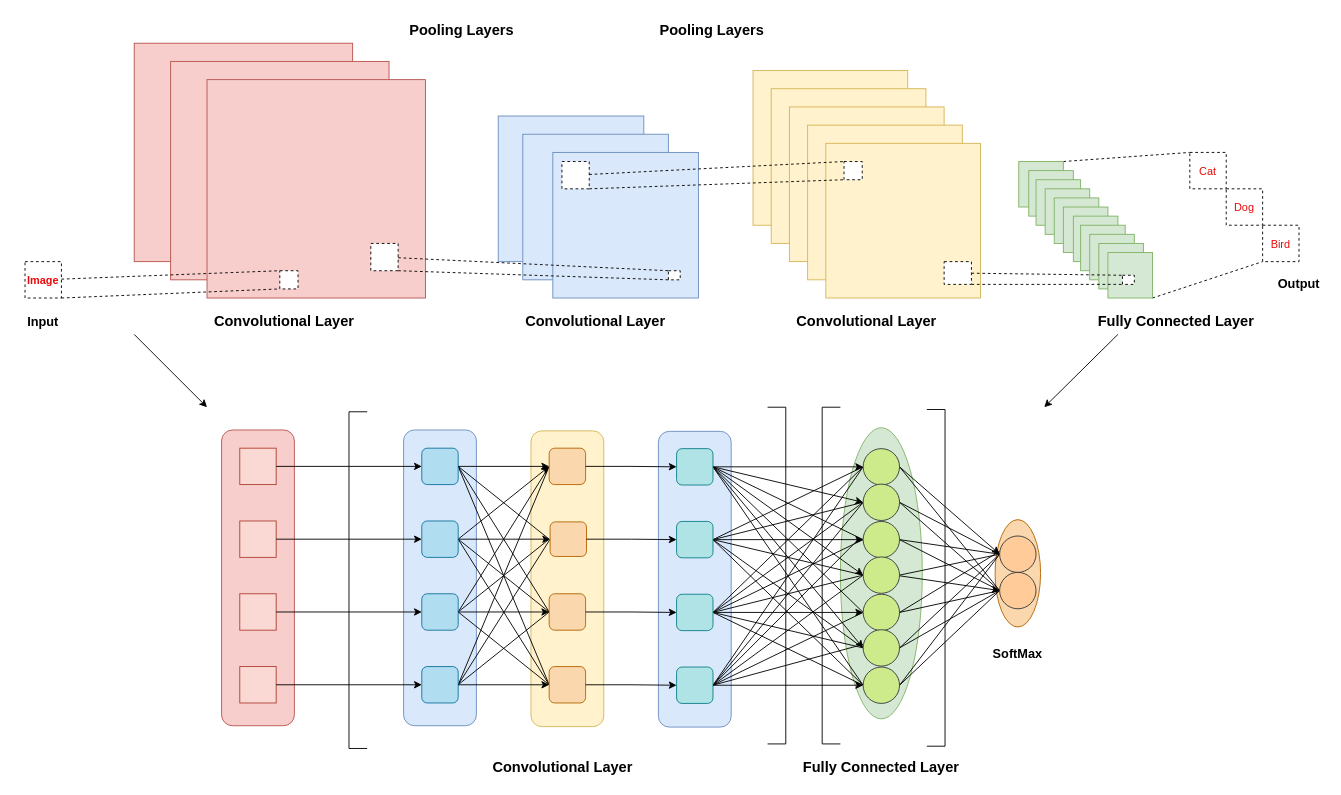
This is page "图2.3 卷积神经网络结构" (3 of 8) of 论文/第2章/第二章.drawio from ssl1995/draw, a draw.io file, before an edit. Source tidied: cells renumbered, new cells numbered last; positions are measured from the earlier drawing's top-left corner, leaving out a move shared by most shapes. Both pictures are drawn from the tidied source at 91%, with x=0, y=0 at pixel (15, 15).
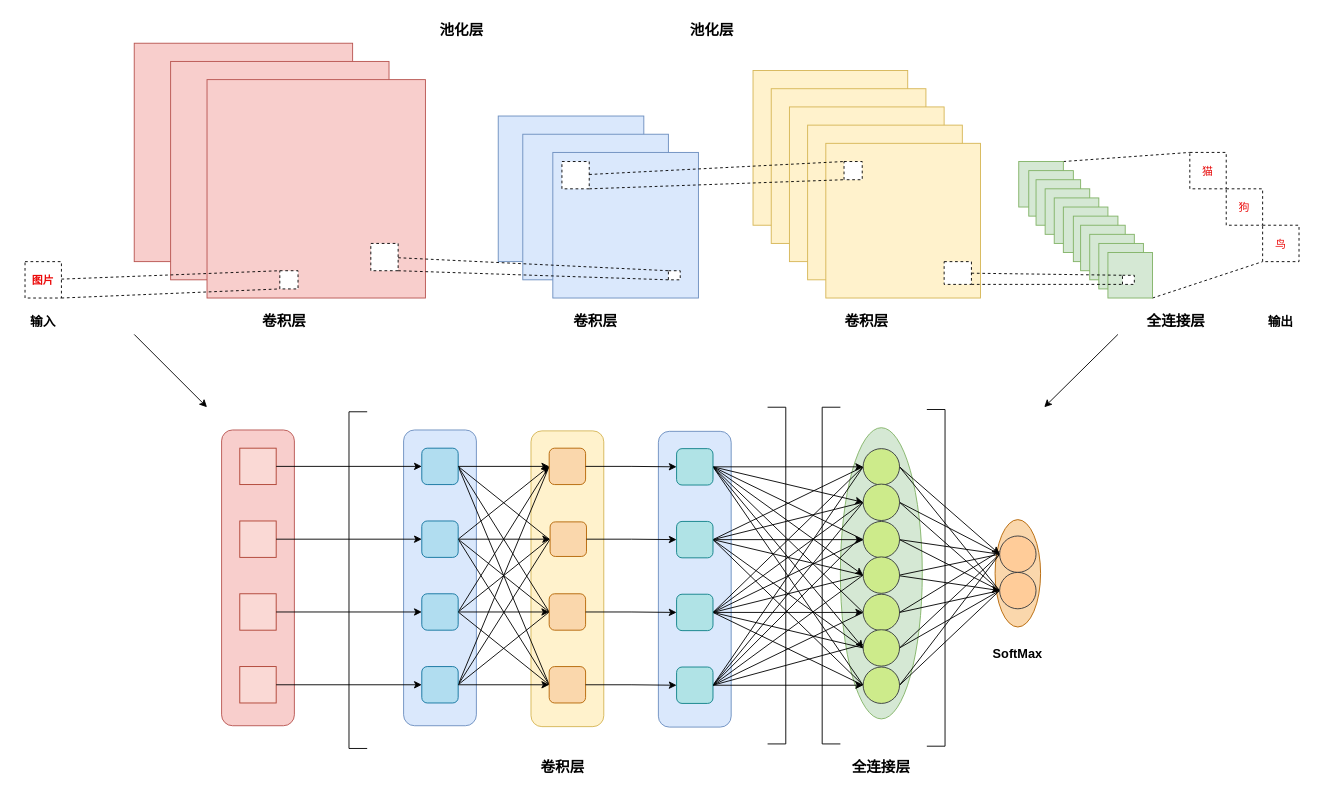
The same diagram, later.

Diff of the diagram source:
```diff
@@
-    <mxCell id="15" value="Image" style="rounded=0;dashed=1;fontStyle=1;fontColor=#eb0a0a;" parent="1" vertex="1">
+    <mxCell id="15" value="图片" style="rounded=0;dashed=1;fontStyle=1;fontColor=#eb0a0a;" parent="1" vertex="1">
       <mxGeometry x="10" y="270" width="40" height="40" as="geometry" />
     </mxCell>
@@
-    <mxCell id="32" value="Bird" style="rounded=0;dashed=1;fontColor=#eb0a0a;" parent="1" vertex="1">
+    <mxCell id="32" value="鸟" style="rounded=0;dashed=1;fontColor=#eb0a0a;" parent="1" vertex="1">
       <mxGeometry x="1370" y="230" width="40" height="40" as="geometry" />
     </mxCell>
-    <mxCell id="33" value="Dog" style="rounded=0;dashed=1;fontColor=#eb0a0a;" parent="1" vertex="1">
+    <mxCell id="33" value="狗" style="rounded=0;dashed=1;fontColor=#eb0a0a;" parent="1" vertex="1">
       <mxGeometry x="1330" y="190" width="40" height="40" as="geometry" />
     </mxCell>
-    <mxCell id="34" value="Cat" style="rounded=0;dashed=1;fontColor=#e60a0a;" parent="1" vertex="1">
+    <mxCell id="34" value="猫" style="rounded=0;dashed=1;fontColor=#e60a0a;" parent="1" vertex="1">
       <mxGeometry x="1290" y="150" width="40" height="40" as="geometry" />
     </mxCell>
@@
-    <mxCell id="132" value="Pooling Layers" style="text;html=1;strokeColor=none;fillColor=none;align=center;verticalAlign=middle;whiteSpace=wrap;rounded=0;fontSize=16;fontStyle=1;" parent="1" vertex="1">
+    <mxCell id="132" value="池化层" style="text;html=1;strokeColor=none;fillColor=none;align=center;verticalAlign=middle;whiteSpace=wrap;rounded=0;fontSize=16;fontStyle=1;" parent="1" vertex="1">
       <mxGeometry x="395" width="190" height="30" as="geometry" />
     </mxCell>
-    <mxCell id="133" value="Convolutional Layer" style="text;html=1;strokeColor=none;fillColor=none;align=center;verticalAlign=middle;whiteSpace=wrap;rounded=0;fontSize=16;fontStyle=1;" parent="1" vertex="1">
+    <mxCell id="133" value="卷积层" style="text;html=1;strokeColor=none;fillColor=none;align=center;verticalAlign=middle;whiteSpace=wrap;rounded=0;fontSize=16;fontStyle=1;" parent="1" vertex="1">
       <mxGeometry x="200" y="320" width="190" height="30" as="geometry" />
     </mxCell>
-    <mxCell id="134" value="Convolutional Layer" style="text;html=1;strokeColor=none;fillColor=none;align=center;verticalAlign=middle;whiteSpace=wrap;rounded=0;fontSize=16;fontStyle=1;" parent="1" vertex="1">
+    <mxCell id="134" value="卷积层" style="text;html=1;strokeColor=none;fillColor=none;align=center;verticalAlign=middle;whiteSpace=wrap;rounded=0;fontSize=16;fontStyle=1;" parent="1" vertex="1">
       <mxGeometry x="542" y="320" width="190" height="30" as="geometry" />
     </mxCell>
-    <mxCell id="135" value="Convolutional Layer" style="text;html=1;strokeColor=none;fillColor=none;align=center;verticalAlign=middle;whiteSpace=wrap;rounded=0;fontSize=16;fontStyle=1;" parent="1" vertex="1">
+    <mxCell id="135" value="卷积层" style="text;html=1;strokeColor=none;fillColor=none;align=center;verticalAlign=middle;whiteSpace=wrap;rounded=0;fontSize=16;fontStyle=1;" parent="1" vertex="1">
       <mxGeometry x="840" y="320" width="190" height="30" as="geometry" />
     </mxCell>
-    <mxCell id="136" value="Pooling Layers" style="text;html=1;strokeColor=none;fillColor=none;align=center;verticalAlign=middle;whiteSpace=wrap;rounded=0;fontSize=16;fontStyle=1;" parent="1" vertex="1">
+    <mxCell id="136" value="池化层" style="text;html=1;strokeColor=none;fillColor=none;align=center;verticalAlign=middle;whiteSpace=wrap;rounded=0;fontSize=16;fontStyle=1;" parent="1" vertex="1">
       <mxGeometry x="670" width="190" height="30" as="geometry" />
     </mxCell>
-    <mxCell id="137" value="Fully Connected Layer" style="text;html=1;strokeColor=none;fillColor=none;align=center;verticalAlign=middle;whiteSpace=wrap;rounded=0;fontSize=16;fontStyle=1;" parent="1" vertex="1">
+    <mxCell id="137" value="全连接层" style="text;html=1;strokeColor=none;fillColor=none;align=center;verticalAlign=middle;whiteSpace=wrap;rounded=0;fontSize=16;fontStyle=1;" parent="1" vertex="1">
       <mxGeometry x="1180" y="320" width="190" height="30" as="geometry" />
     </mxCell>
@@
-    <mxCell id="151" value="Convolutional Layer" style="text;html=1;strokeColor=none;fillColor=none;align=center;verticalAlign=middle;whiteSpace=wrap;rounded=0;fontSize=16;fontStyle=1;" parent="1" vertex="1">
+    <mxCell id="151" value="卷积层" style="text;html=1;strokeColor=none;fillColor=none;align=center;verticalAlign=middle;whiteSpace=wrap;rounded=0;fontSize=16;fontStyle=1;" parent="1" vertex="1">
       <mxGeometry x="506" y="810" width="190" height="30" as="geometry" />
     </mxCell>
-    <mxCell id="152" value="Fully Connected Layer" style="text;html=1;strokeColor=none;fillColor=none;align=center;verticalAlign=middle;whiteSpace=wrap;rounded=0;fontSize=16;fontStyle=1;" parent="1" vertex="1">
+    <mxCell id="152" value="全连接层" style="text;html=1;strokeColor=none;fillColor=none;align=center;verticalAlign=middle;whiteSpace=wrap;rounded=0;fontSize=16;fontStyle=1;" parent="1" vertex="1">
       <mxGeometry x="856" y="810" width="190" height="30" as="geometry" />
     </mxCell>
-    <mxCell id="153" value="Input" style="text;html=1;strokeColor=none;fillColor=none;align=center;verticalAlign=middle;whiteSpace=wrap;rounded=0;fontSize=14;fontStyle=1;" parent="1" vertex="1">
+    <mxCell id="153" value="输入" style="text;html=1;strokeColor=none;fillColor=none;align=center;verticalAlign=middle;whiteSpace=wrap;rounded=0;fontSize=14;fontStyle=1;" parent="1" vertex="1">
       <mxGeometry y="321" width="60" height="30" as="geometry" />
     </mxCell>
-    <mxCell id="154" value="Output" style="text;html=1;strokeColor=none;fillColor=none;align=center;verticalAlign=middle;whiteSpace=wrap;rounded=0;fontSize=14;fontStyle=1;" parent="1" vertex="1">
-      <mxGeometry x="1380" y="280" width="60" height="30" as="geometry" />
+    <mxCell id="154" value="输出" style="text;html=1;strokeColor=none;fillColor=none;align=center;verticalAlign=middle;whiteSpace=wrap;rounded=0;fontSize=14;fontStyle=1;" parent="1" vertex="1">
+      <mxGeometry x="1360" y="321" width="60" height="30" as="geometry" />
     </mxCell>
```
